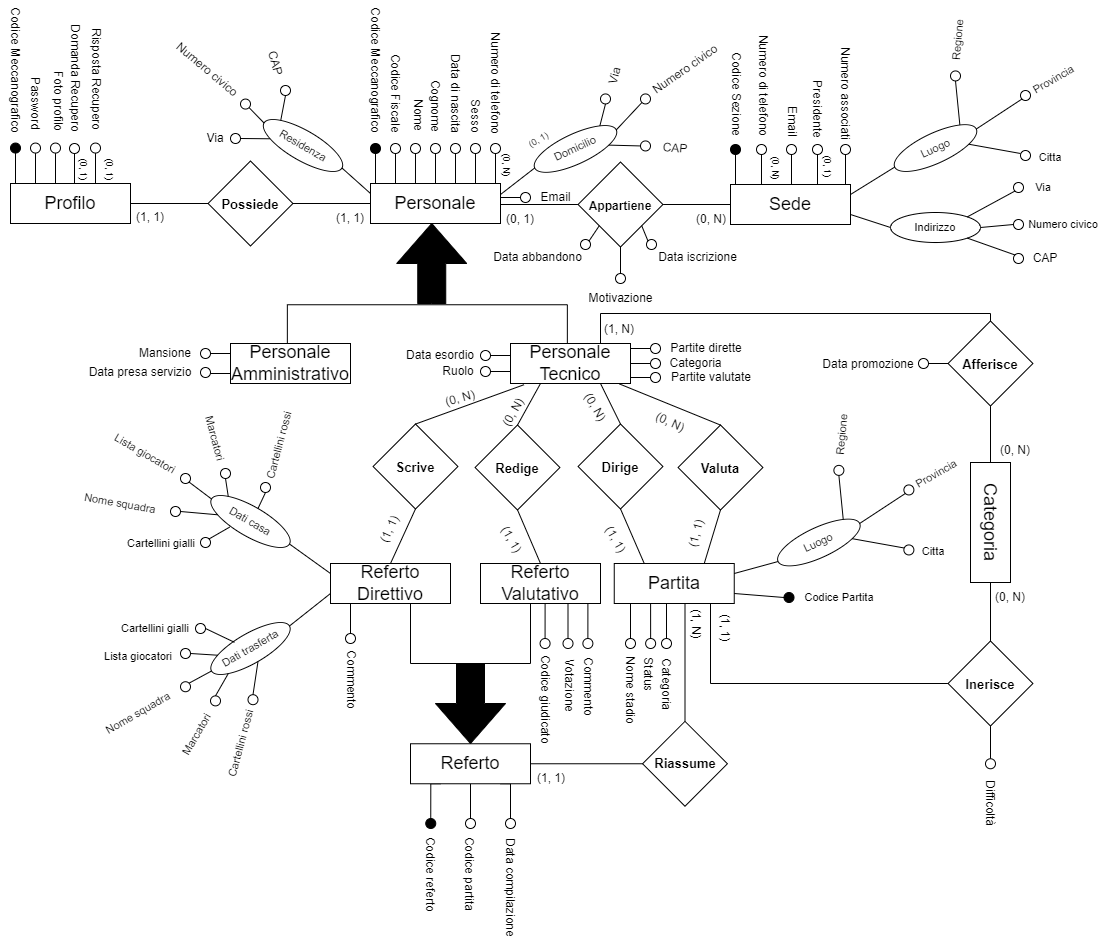
This is ERDiagram/WhistleER.drawio.png from savernike/DiagramsSet, a draw.io export, as it was before one commit. Source tidied: cells renumbered, new cells last; positions are measured from the earlier drawing's top-left corner, leaving out a move shared by most shapes.
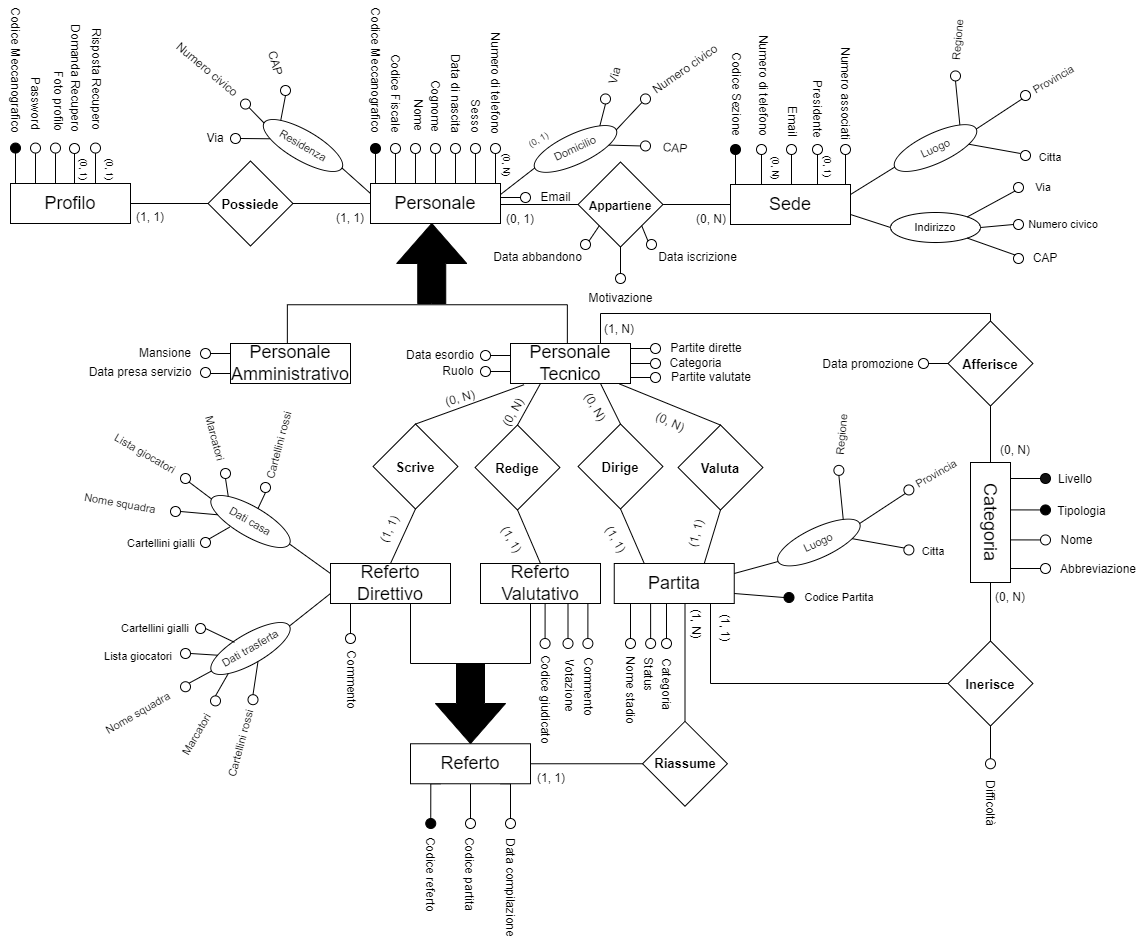
After the commit.

Commit message:
Inserimento attributi per Categoria

Diff of the diagram source:
```diff
@@ -890,5 +890,41 @@
     <mxCell id="287" value="&lt;font style=&quot;font-size: 9px;&quot;&gt;(0, 1)&lt;/font&gt;" style="text;strokeColor=none;align=center;fillColor=none;html=1;verticalAlign=middle;whiteSpace=wrap;rounded=0;rotation=-30;" parent="1" vertex="1">
       <mxGeometry x="572.5" y="100" width="40" height="30" as="geometry" />
     </mxCell>
+    <mxCell id="288" style="edgeStyle=orthogonalEdgeStyle;shape=connector;rounded=0;jettySize=auto;html=1;exitX=0;exitY=0.5;exitDx=0;exitDy=0;entryX=0.75;entryY=1;entryDx=0;entryDy=0;labelBackgroundColor=default;strokeColor=default;fontFamily=Helvetica;fontSize=12;fontColor=default;endArrow=none;endFill=0;" parent="1" edge="1" source="289" target="270">
+      <mxGeometry relative="1" as="geometry" />
+    </mxCell>
+    <mxCell id="289" style="ellipse;whiteSpace=wrap;html=1;fontFamily=Helvetica;fontSize=11;fontColor=default;fillColor=#121212;" parent="1" vertex="1">
+      <mxGeometry x="1095" y="449" width="10" height="10" as="geometry" />
+    </mxCell>
+    <mxCell id="290" style="edgeStyle=orthogonalEdgeStyle;shape=connector;rounded=0;jettySize=auto;html=1;exitX=0;exitY=0.5;exitDx=0;exitDy=0;entryX=0.25;entryY=1;entryDx=0;entryDy=0;labelBackgroundColor=default;strokeColor=default;fontFamily=Helvetica;fontSize=12;fontColor=default;endArrow=none;endFill=0;" parent="1" edge="1" source="291" target="270">
+      <mxGeometry relative="1" as="geometry" />
+    </mxCell>
+    <mxCell id="291" style="ellipse;whiteSpace=wrap;html=1;fontFamily=Helvetica;fontSize=11;fontColor=default;" parent="1" vertex="1">
+      <mxGeometry x="1095" y="539" width="10" height="10" as="geometry" />
+    </mxCell>
+    <mxCell id="292" style="edgeStyle=orthogonalEdgeStyle;shape=connector;rounded=0;jettySize=auto;html=1;exitX=0;exitY=0.5;exitDx=0;exitDy=0;entryX=0.75;entryY=1;entryDx=0;entryDy=0;labelBackgroundColor=default;strokeColor=default;fontFamily=Helvetica;fontSize=12;fontColor=default;endArrow=none;endFill=0;" parent="1" edge="1" source="293" target="270">
+      <mxGeometry relative="1" as="geometry" />
+    </mxCell>
+    <mxCell id="293" style="ellipse;whiteSpace=wrap;html=1;fontFamily=Helvetica;fontSize=11;fontColor=default;fillColor=#000000;" parent="1" vertex="1">
+      <mxGeometry x="1095" y="480.4" width="10" height="10" as="geometry" />
+    </mxCell>
+    <mxCell id="294" style="edgeStyle=orthogonalEdgeStyle;shape=connector;rounded=0;jettySize=auto;html=1;exitX=0;exitY=0.5;exitDx=0;exitDy=0;entryX=0.25;entryY=1;entryDx=0;entryDy=0;labelBackgroundColor=default;strokeColor=default;fontFamily=Helvetica;fontSize=12;fontColor=default;endArrow=none;endFill=0;" parent="1" edge="1" source="295" target="270">
+      <mxGeometry relative="1" as="geometry" />
+    </mxCell>
+    <mxCell id="295" style="ellipse;whiteSpace=wrap;html=1;fontFamily=Helvetica;fontSize=11;fontColor=default;" parent="1" vertex="1">
+      <mxGeometry x="1095" y="510.4" width="10" height="10" as="geometry" />
+    </mxCell>
+    <mxCell id="296" value="Livello" style="text;strokeColor=none;align=center;fillColor=none;html=1;verticalAlign=middle;whiteSpace=wrap;rounded=0;rotation=0;" parent="1" vertex="1">
+      <mxGeometry x="1105" y="444" width="50" height="21.4" as="geometry" />
+    </mxCell>
+    <mxCell id="297" value="Tipologia" style="text;strokeColor=none;align=center;fillColor=none;html=1;verticalAlign=middle;whiteSpace=wrap;rounded=0;rotation=0;" parent="1" vertex="1">
+      <mxGeometry x="1108" y="476.3" width="57" height="21.4" as="geometry" />
+    </mxCell>
+    <mxCell id="298" value="Nome" style="text;strokeColor=none;align=center;fillColor=none;html=1;verticalAlign=middle;whiteSpace=wrap;rounded=0;rotation=0;" parent="1" vertex="1">
+      <mxGeometry x="1108" y="505" width="47" height="21.4" as="geometry" />
+    </mxCell>
+    <mxCell id="299" value="Abbreviazione" style="text;strokeColor=none;align=center;fillColor=none;html=1;verticalAlign=middle;whiteSpace=wrap;rounded=0;rotation=0;" parent="1" vertex="1">
+      <mxGeometry x="1111" y="534" width="84" height="21.4" as="geometry" />
+    </mxCell>
   </root>
 </mxGraphModel>
```
